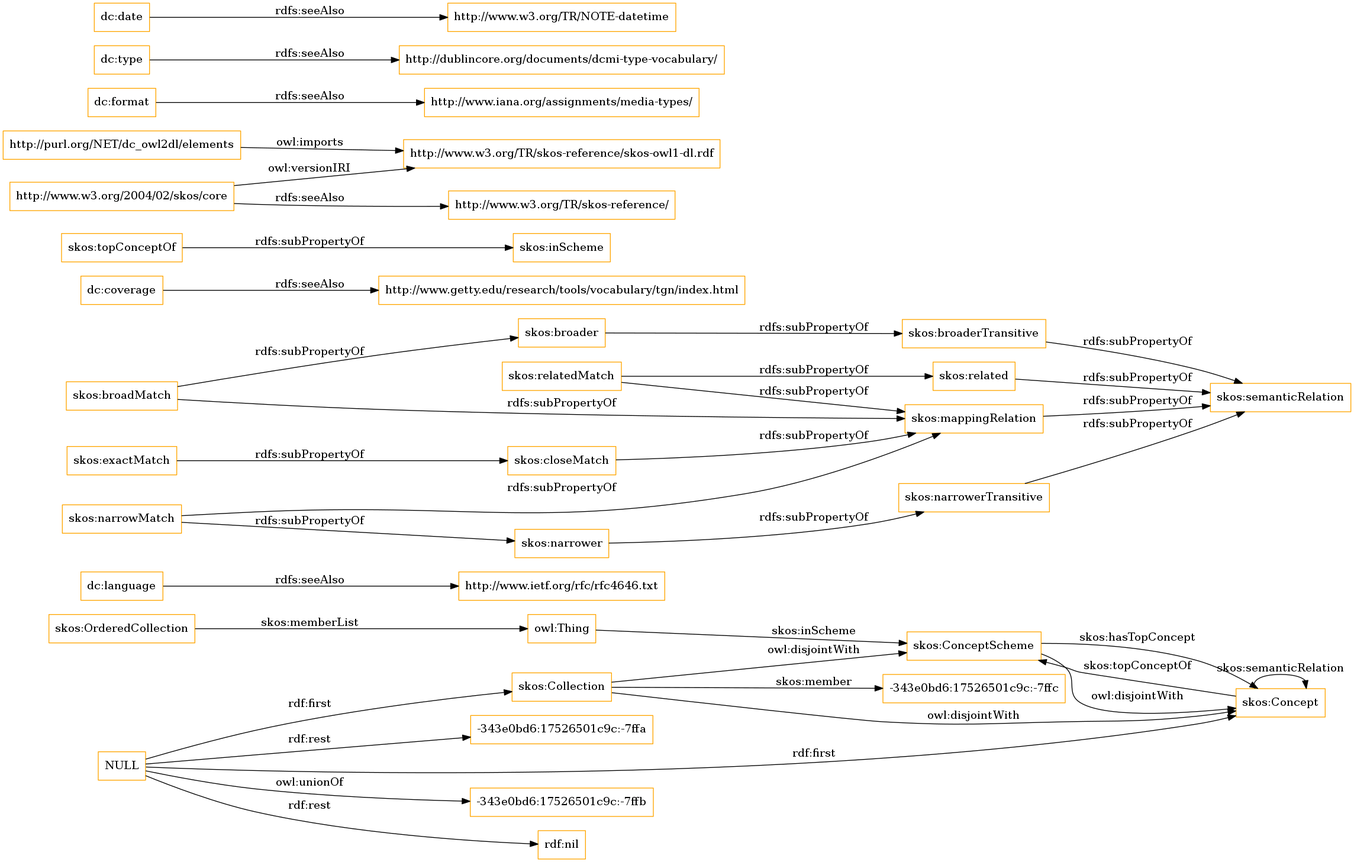
Above: OnToology/imports/elements.owl/diagrams/ar2dtool-class/elements.owl.png in OnToologyUser/core-ontology-1 (Graphviz), before the change. Its source is kept beside it as OnToology/imports/elements.owl/diagrams/ar2dtool-class/elements.owl.png.dot.
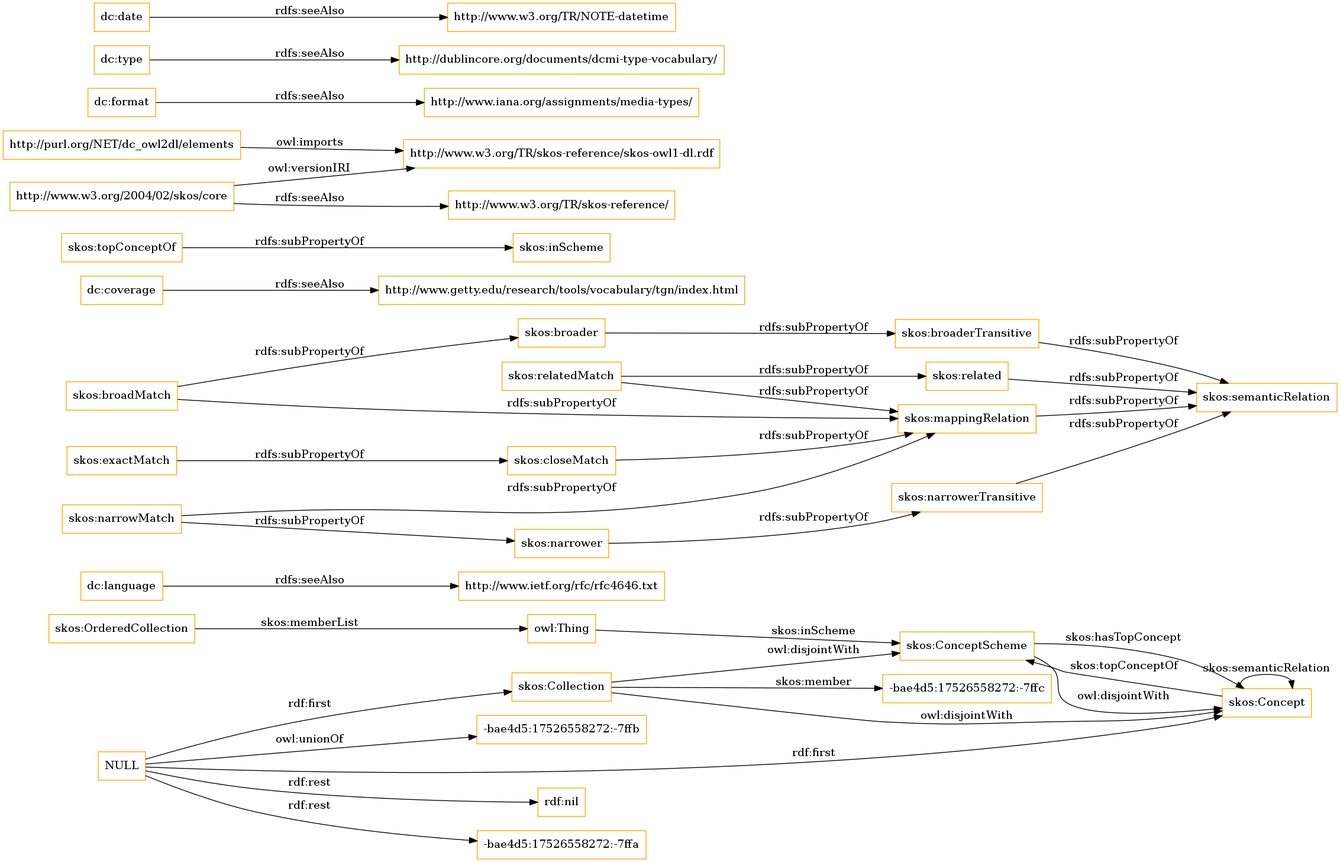
Later version of the same file.

Change to the diagram source:
```diff
@@ -1,13 +1,13 @@
 digraph ar2dtool_diagram {
 rankdir=LR;
 size="1501"
-node [shape = rectangle, color="orange"]; "-343e0bd6:17526501c9c:-7ffc" "skos:OrderedCollection" "skos:Collection" "skos:ConceptScheme" "skos:Concept" ; /*classes style*/
+node [shape = rectangle, color="orange"]; "-bae4d5:17526558272:-7ffc" "skos:OrderedCollection" "skos:Collection" "skos:ConceptScheme" "skos:Concept" ; /*classes style*/
 	"dc:language" -> "http://www.ietf.org/rfc/rfc4646.txt" [ label = "rdfs:seeAlso" ];
-	"NULL" -> "-343e0bd6:17526501c9c:-7ffb" [ label = "owl:unionOf" ];
 	"NULL" -> "rdf:nil" [ label = "rdf:rest" ];
 	"NULL" -> "skos:Collection" [ label = "rdf:first" ];
-	"NULL" -> "-343e0bd6:17526501c9c:-7ffa" [ label = "rdf:rest" ];
+	"NULL" -> "-bae4d5:17526558272:-7ffa" [ label = "rdf:rest" ];
 	"NULL" -> "skos:Concept" [ label = "rdf:first" ];
+	"NULL" -> "-bae4d5:17526558272:-7ffb" [ label = "owl:unionOf" ];
 	"skos:closeMatch" -> "skos:mappingRelation" [ label = "rdfs:subPropertyOf" ];
 	"dc:coverage" -> "http://www.getty.edu/research/tools/vocabulary/tgn/index.html" [ label = "rdfs:seeAlso" ];
 	"skos:relatedMatch" -> "skos:related" [ label = "rdfs:subPropertyOf" ];
@@ -36,7 +36,7 @@
 	"skos:OrderedCollection" -> "owl:Thing" [ label = "skos:memberList" ];
 	"skos:Concept" -> "skos:ConceptScheme" [ label = "skos:topConceptOf" ];
 	"skos:Concept" -> "skos:Concept" [ label = "skos:semanticRelation" ];
-	"skos:Collection" -> "-343e0bd6:17526501c9c:-7ffc" [ label = "skos:member" ];
+	"skos:Collection" -> "-bae4d5:17526558272:-7ffc" [ label = "skos:member" ];
 	"skos:ConceptScheme" -> "skos:Concept" [ label = "skos:hasTopConcept" ];
 	"owl:Thing" -> "skos:ConceptScheme" [ label = "skos:inScheme" ];
 
```
